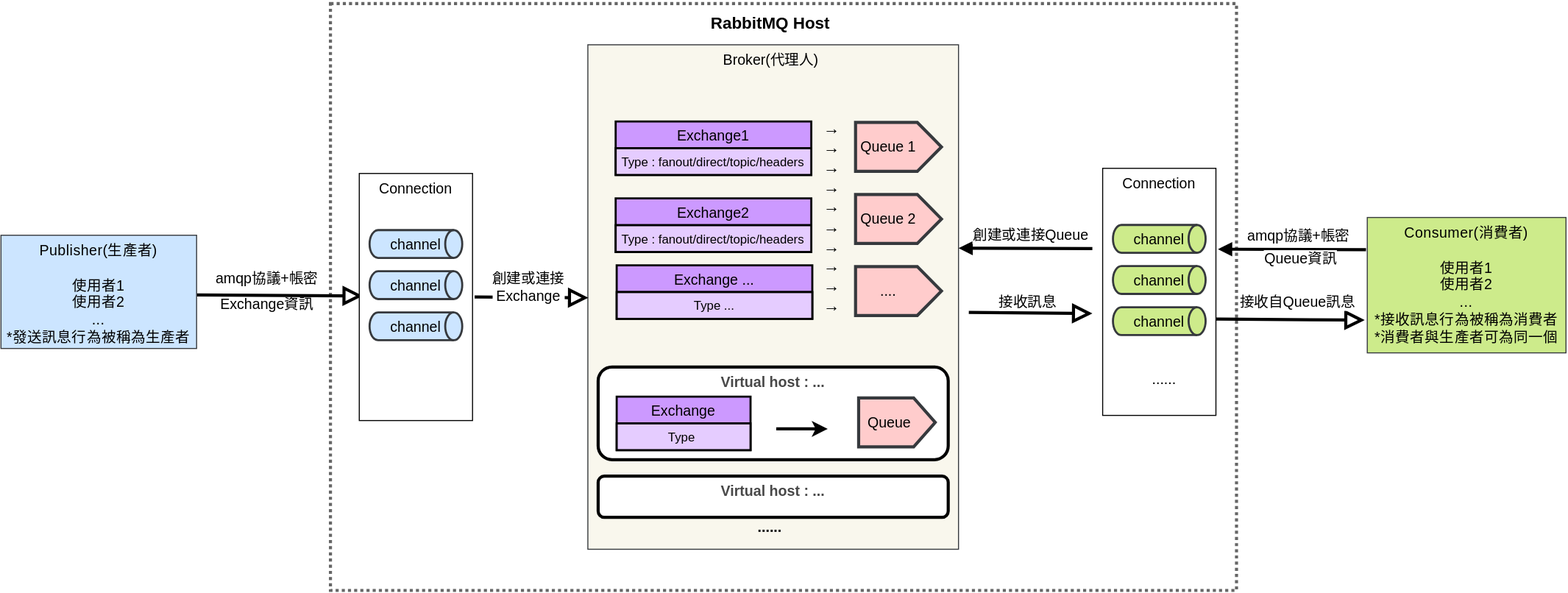
The draw.io diagram RabbitMQ 學習筆記/RabbitMQ_Flow_Diagram.svg in DukeHuangWP/HackMD, before a commit. Source tidied: cells renumbered, new cells last; positions are measured from the earlier drawing's top-left corner, leaving out a move shared by most shapes.
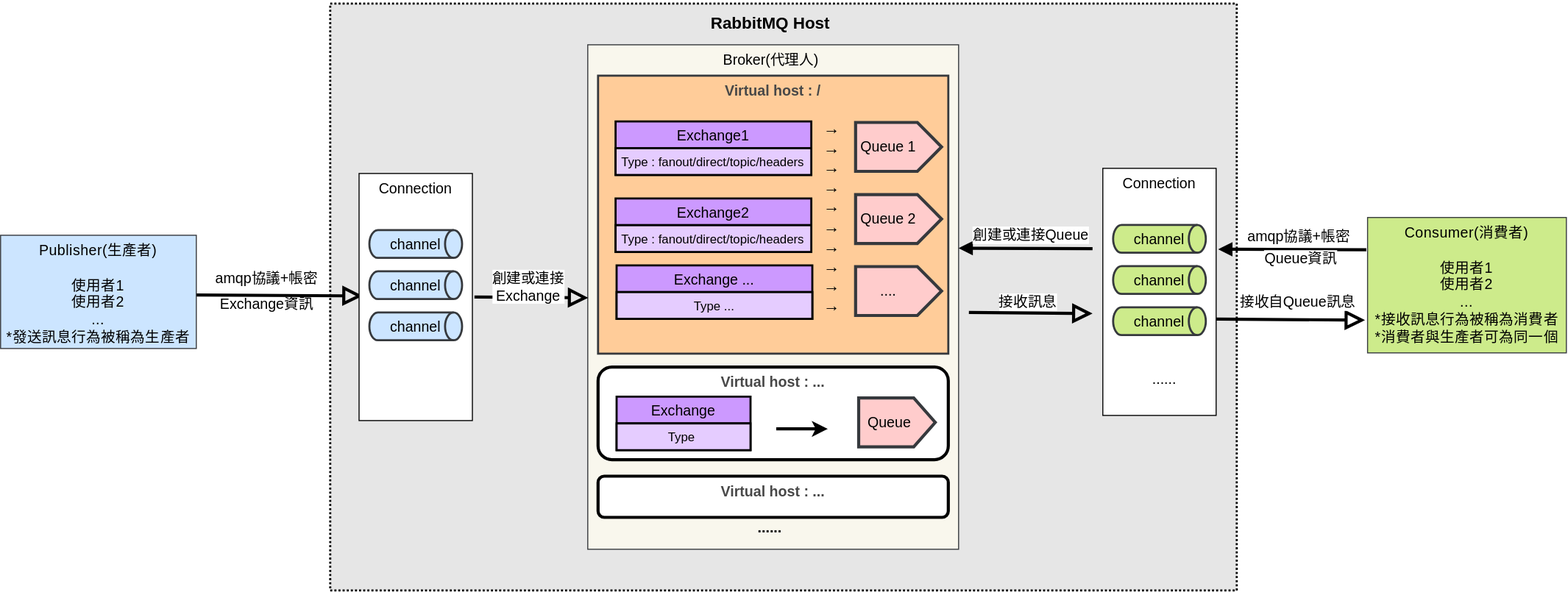
The same diagram one commit later.

What changed in the source:
```diff
@@ -2,12 +2,15 @@
   <root>
     <mxCell id="0" />
     <mxCell id="1" parent="0" />
-    <mxCell id="2" style="rounded=0;whiteSpace=wrap;html=1;labelBackgroundColor=none;strokeWidth=3;fontFamily=Helvetica;fontSize=14;fontColor=#000000;align=center;dashed=1;dashPattern=1 1;strokeColor=#666666;fillColor=#FFFFFF;" parent="1" vertex="1">
+    <mxCell id="2" style="rounded=0;whiteSpace=wrap;html=1;labelBackgroundColor=none;strokeWidth=2;fontFamily=Helvetica;fontSize=14;fontColor=#000000;align=center;dashed=1;dashPattern=1 1;fillColor=#E6E6E6;" parent="1" vertex="1">
       <mxGeometry x="320" y="3" width="880" height="570" as="geometry" />
     </mxCell>
     <mxCell id="3" value="Broker(代理人)&amp;nbsp;" style="rounded=0;whiteSpace=wrap;html=1;align=center;verticalAlign=top;fontFamily=Helvetica;labelBackgroundColor=none;fontSize=14;fillColor=#f9f7ed;strokeColor=#36393d;" parent="1" vertex="1">
       <mxGeometry x="570" y="43" width="360" height="490" as="geometry" />
     </mxCell>
+    <mxCell id="59" value="&lt;b style=&quot;color: rgb(72 , 72 , 72) ; font-family: &amp;#34;verdana&amp;#34; , sans-serif ; font-size: 12px ; text-align: right&quot;&gt;&lt;font style=&quot;font-size: 14px&quot;&gt;Virtual host : /&lt;/font&gt;&lt;/b&gt;" style="rounded=0;whiteSpace=wrap;html=1;labelBackgroundColor=none;strokeColor=#36393d;strokeWidth=2;fillColor=#ffcc99;fontFamily=Helvetica;fontSize=14;align=center;verticalAlign=top;" parent="1" vertex="1">
+      <mxGeometry x="580" y="73" width="340" height="270" as="geometry" />
+    </mxCell>
     <mxCell id="4" value="......" style="text;html=1;strokeColor=none;fillColor=none;align=center;verticalAlign=middle;whiteSpace=wrap;rounded=0;labelBackgroundColor=none;fontFamily=Helvetica;fontSize=14;fontColor=#000000;" parent="1" vertex="1">
       <mxGeometry x="388" y="363" width="40" height="20" as="geometry" />
     </mxCell>
```
